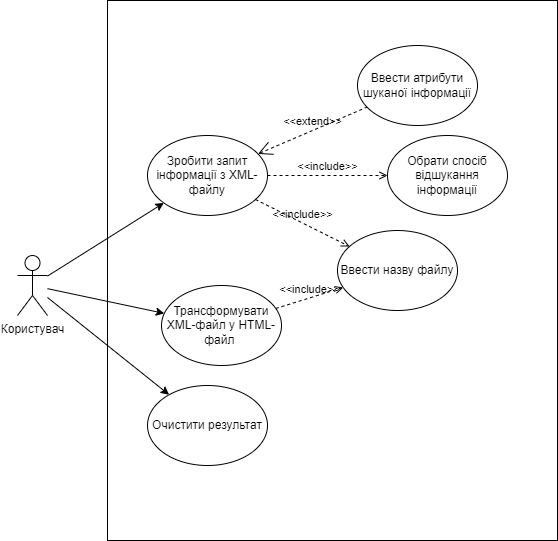
The draw.io diagram Lab 2/Use-Case.png in g-gi-g/Lab2, before a commit. Source tidied: cells renumbered, new cells last; positions are measured from the earlier drawing's top-left corner, leaving out a move shared by most shapes. Its diagram source:
```xml
<mxGraphModel>
  <root>
    <mxCell id="0" />
    <mxCell id="1" parent="0" />
    <mxCell id="2" style="rounded=0;whiteSpace=wrap;html=1;" parent="1" vertex="1">
      <mxGeometry x="90" width="450" height="540" as="geometry" />
    </mxCell>
    <mxCell id="3" value="Користувач" style="shape=umlActor;verticalLabelPosition=bottom;verticalAlign=top;html=1;outlineConnect=0;" parent="1" vertex="1">
      <mxGeometry y="255" width="30" height="60" as="geometry" />
    </mxCell>
    <mxCell id="4" value="Зробити запит інформації з XML-файлу" style="ellipse;whiteSpace=wrap;html=1;" parent="1" vertex="1">
      <mxGeometry x="130" y="135" width="120" height="80" as="geometry" />
    </mxCell>
    <mxCell id="5" style="endArrow=classic;html=1;rounded=0;" parent="1" edge="1" source="3" target="4">
      <mxGeometry relative="1" as="geometry" />
    </mxCell>
    <mxCell id="6" value="Ввести назву файлу" style="ellipse;whiteSpace=wrap;html=1;" parent="1" vertex="1">
      <mxGeometry x="320" y="230" width="120" height="80" as="geometry" />
    </mxCell>
    <mxCell id="7" value="&amp;lt;&amp;lt;include&amp;gt;&amp;gt;" style="edgeStyle=none;html=1;endArrow=open;verticalAlign=bottom;dashed=1;labelBackgroundColor=none;rounded=0;" parent="1" edge="1" source="4" target="6">
      <mxGeometry relative="1" as="geometry" />
    </mxCell>
    <mxCell id="8" value="Ввести атрибути шуканої інформації" style="ellipse;whiteSpace=wrap;html=1;" parent="1" vertex="1">
      <mxGeometry x="340" y="45" width="120" height="80" as="geometry" />
    </mxCell>
    <mxCell id="9" value="Трансформувати XML-файл у HTML-файл&amp;nbsp;" style="ellipse;whiteSpace=wrap;html=1;" parent="1" vertex="1">
      <mxGeometry x="144" y="285" width="120" height="80" as="geometry" />
    </mxCell>
    <mxCell id="10" style="endArrow=classic;html=1;rounded=0;" parent="1" edge="1" source="3" target="9">
      <mxGeometry relative="1" as="geometry" />
    </mxCell>
    <mxCell id="11" value="Очистити результат" style="ellipse;whiteSpace=wrap;html=1;" parent="1" vertex="1">
      <mxGeometry x="130" y="385" width="120" height="80" as="geometry" />
    </mxCell>
    <mxCell id="12" style="endArrow=classic;html=1;rounded=0;" parent="1" edge="1" source="3" target="11">
      <mxGeometry relative="1" as="geometry" />
    </mxCell>
    <mxCell id="13" value="&amp;lt;&amp;lt;include&amp;gt;&amp;gt;" style="edgeStyle=none;html=1;endArrow=open;verticalAlign=bottom;dashed=1;labelBackgroundColor=none;rounded=0;" parent="1" edge="1" source="9" target="6">
      <mxGeometry relative="1" as="geometry" />
    </mxCell>
    <mxCell id="14" value="Обрати спосіб відшукання інформації" style="ellipse;whiteSpace=wrap;html=1;" parent="1" vertex="1">
      <mxGeometry x="370" y="135" width="120" height="80" as="geometry" />
    </mxCell>
    <mxCell id="15" value="&amp;lt;&amp;lt;include&amp;gt;&amp;gt;" style="edgeStyle=none;html=1;endArrow=open;verticalAlign=bottom;dashed=1;labelBackgroundColor=none;rounded=0;" parent="1" edge="1" source="4" target="14">
      <mxGeometry relative="1" as="geometry" />
    </mxCell>
    <mxCell id="16" value="&amp;lt;&amp;lt;extend&amp;gt;&amp;gt;" style="edgeStyle=none;html=1;startArrow=open;endArrow=none;startSize=12;verticalAlign=bottom;dashed=1;labelBackgroundColor=none;rounded=0;" parent="1" edge="1" source="4" target="8">
      <mxGeometry relative="1" as="geometry" />
    </mxCell>
  </root>
</mxGraphModel>
```
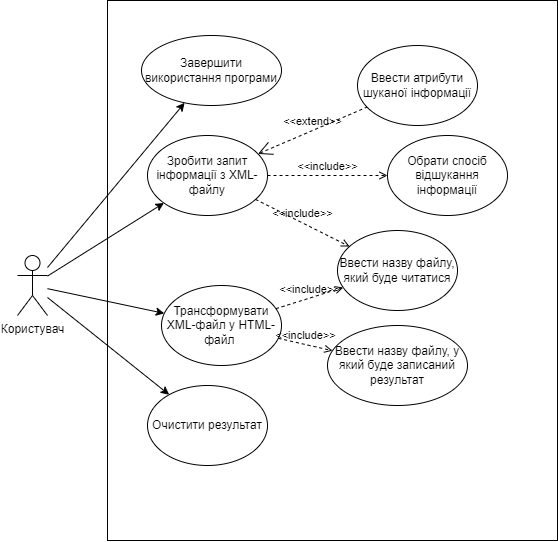
Later version of the same file.

The edit, as a diff of the source:
```diff
@@ -14,7 +14,7 @@
     <mxCell id="5" style="endArrow=classic;html=1;rounded=0;" parent="1" edge="1" source="3" target="4">
       <mxGeometry relative="1" as="geometry" />
     </mxCell>
-    <mxCell id="6" value="Ввести назву файлу" style="ellipse;whiteSpace=wrap;html=1;" parent="1" vertex="1">
+    <mxCell id="6" value="Ввести назву файлу, який буде читатися" style="ellipse;whiteSpace=wrap;html=1;" parent="1" vertex="1">
       <mxGeometry x="320" y="230" width="120" height="80" as="geometry" />
     </mxCell>
     <mxCell id="7" value="&amp;lt;&amp;lt;include&amp;gt;&amp;gt;" style="edgeStyle=none;html=1;endArrow=open;verticalAlign=bottom;dashed=1;labelBackgroundColor=none;rounded=0;" parent="1" edge="1" source="4" target="6">
@@ -47,5 +47,17 @@
     <mxCell id="16" value="&amp;lt;&amp;lt;extend&amp;gt;&amp;gt;" style="edgeStyle=none;html=1;startArrow=open;endArrow=none;startSize=12;verticalAlign=bottom;dashed=1;labelBackgroundColor=none;rounded=0;" parent="1" edge="1" source="4" target="8">
       <mxGeometry relative="1" as="geometry" />
     </mxCell>
+    <mxCell id="17" value="Ввести назву файлу, у який буде записаний результат" style="ellipse;whiteSpace=wrap;html=1;" parent="1" vertex="1">
+      <mxGeometry x="310" y="325" width="140" height="80" as="geometry" />
+    </mxCell>
+    <mxCell id="18" value="&amp;lt;&amp;lt;include&amp;gt;&amp;gt;" style="edgeStyle=none;html=1;endArrow=open;verticalAlign=bottom;dashed=1;labelBackgroundColor=none;rounded=0;" parent="1" edge="1" source="9" target="17">
+      <mxGeometry relative="1" as="geometry" />
+    </mxCell>
+    <mxCell id="19" value="Завершити використання програми" style="ellipse;whiteSpace=wrap;html=1;" parent="1" vertex="1">
+      <mxGeometry x="124" y="35" width="140" height="70" as="geometry" />
+    </mxCell>
+    <mxCell id="20" style="endArrow=classic;html=1;rounded=0;" parent="1" edge="1" source="3" target="19">
+      <mxGeometry relative="1" as="geometry" />
+    </mxCell>
   </root>
 </mxGraphModel>
```
